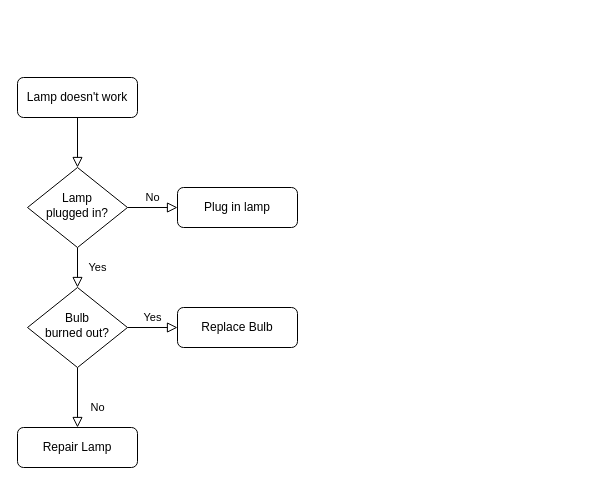
Earlier version of the draw.io diagram csj.drawio (jmzmz/draw.io). Source tidied: cells renumbered, new cells numbered last; positions are measured from the earlier drawing's top-left corner, leaving out a move shared by most shapes. Both pictures are drawn from the tidied source at 100%, with x=0, y=0 at pixel (17, 77).
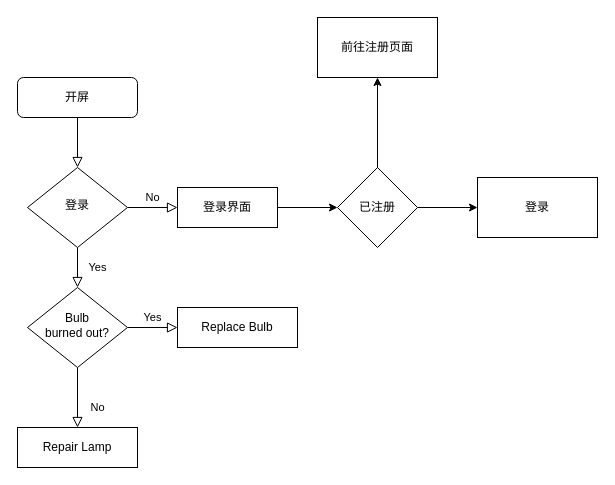
Above is the later version.

What changed in the source:
```diff
@@
 <mxGraphModel>
   <root>
     <mxCell id="0" />
     <mxCell id="1" parent="0" />
     <mxCell id="2" style="rounded=0;html=1;jettySize=auto;fontSize=11;endArrow=block;endFill=0;endSize=8;strokeWidth=1;shadow=0;labelBackgroundColor=none;edgeStyle=orthogonalEdgeStyle;" parent="1" edge="1" source="3" target="6">
       <mxGeometry relative="1" as="geometry" />
     </mxCell>
-    <mxCell id="3" value="Lamp doesn't work" style="rounded=1;whiteSpace=wrap;html=1;fontSize=12;glass=0;strokeWidth=1;shadow=0;" parent="1" vertex="1">
+    <mxCell id="3" value="开屏" style="rounded=1;whiteSpace=wrap;html=1;fontSize=12;glass=0;strokeWidth=1;shadow=0;" parent="1" vertex="1">
       <mxGeometry width="120" height="40" as="geometry" />
     </mxCell>
     <mxCell id="4" value="Yes" style="rounded=0;html=1;jettySize=auto;fontSize=11;endArrow=block;endFill=0;endSize=8;strokeWidth=1;shadow=0;labelBackgroundColor=none;edgeStyle=orthogonalEdgeStyle;" parent="1" edge="1" source="6" target="10">
       <mxGeometry y="20" relative="1" as="geometry" />
     </mxCell>
     <mxCell id="5" value="No" style="edgeStyle=orthogonalEdgeStyle;rounded=0;html=1;jettySize=auto;fontSize=11;endArrow=block;endFill=0;endSize=8;strokeWidth=1;shadow=0;labelBackgroundColor=none;" parent="1" edge="1" source="6" target="7">
       <mxGeometry y="10" relative="1" as="geometry" />
     </mxCell>
-    <mxCell id="6" value="Lamp&lt;br&gt;plugged in?" style="rhombus;whiteSpace=wrap;html=1;shadow=0;fontFamily=Helvetica;fontSize=12;align=center;strokeWidth=1;spacing=6;spacingTop=-4;" parent="1" vertex="1">
+    <mxCell id="6" value="登录" style="rhombus;whiteSpace=wrap;html=1;shadow=0;fontFamily=Helvetica;fontSize=12;align=center;strokeWidth=1;spacing=6;spacingTop=-4;rounded=0;" parent="1" vertex="1">
       <mxGeometry x="10" y="90" width="100" height="80" as="geometry" />
     </mxCell>
+    <mxCell id="13" style="edgeStyle=orthogonalEdgeStyle;rounded=0;jettySize=auto;html=1;" parent="1" edge="1" source="7" target="16">
+      <mxGeometry relative="1" as="geometry" />
+    </mxCell>
-    <mxCell id="7" value="Plug in lamp" style="rounded=1;whiteSpace=wrap;html=1;fontSize=12;glass=0;strokeWidth=1;shadow=0;" parent="1" vertex="1">
-      <mxGeometry x="160" y="110" width="120" height="40" as="geometry" />
+    <mxCell id="7" value="登录界面" style="rounded=0;whiteSpace=wrap;html=1;fontSize=12;glass=0;strokeWidth=1;shadow=0;" parent="1" vertex="1">
+      <mxGeometry x="160" y="110" width="100" height="40" as="geometry" />
     </mxCell>
     <mxCell id="8" value="No" style="rounded=0;html=1;jettySize=auto;fontSize=11;endArrow=block;endFill=0;endSize=8;strokeWidth=1;shadow=0;labelBackgroundColor=none;edgeStyle=orthogonalEdgeStyle;" parent="1" edge="1" source="10" target="11">
       <mxGeometry x="0.33" y="20" relative="1" as="geometry" />
     </mxCell>
     <mxCell id="9" value="Yes" style="edgeStyle=orthogonalEdgeStyle;rounded=0;html=1;jettySize=auto;fontSize=11;endArrow=block;endFill=0;endSize=8;strokeWidth=1;shadow=0;labelBackgroundColor=none;" parent="1" edge="1" source="10" target="12">
       <mxGeometry y="10" relative="1" as="geometry" />
     </mxCell>
-    <mxCell id="10" value="Bulb&lt;br&gt;burned out?" style="rhombus;whiteSpace=wrap;html=1;shadow=0;fontFamily=Helvetica;fontSize=12;align=center;strokeWidth=1;spacing=6;spacingTop=-4;" parent="1" vertex="1">
+    <mxCell id="10" value="Bulb&lt;br&gt;burned out?" style="rhombus;whiteSpace=wrap;html=1;shadow=0;fontFamily=Helvetica;fontSize=12;align=center;strokeWidth=1;spacing=6;spacingTop=-4;rounded=0;" parent="1" vertex="1">
       <mxGeometry x="10" y="210" width="100" height="80" as="geometry" />
     </mxCell>
-    <mxCell id="11" value="Repair Lamp" style="rounded=1;whiteSpace=wrap;html=1;fontSize=12;glass=0;strokeWidth=1;shadow=0;" parent="1" vertex="1">
+    <mxCell id="11" value="Repair Lamp" style="rounded=0;whiteSpace=wrap;html=1;fontSize=12;glass=0;strokeWidth=1;shadow=0;" parent="1" vertex="1">
       <mxGeometry y="350" width="120" height="40" as="geometry" />
     </mxCell>
-    <mxCell id="12" value="Replace Bulb" style="rounded=1;whiteSpace=wrap;html=1;fontSize=12;glass=0;strokeWidth=1;shadow=0;" parent="1" vertex="1">
+    <mxCell id="12" value="Replace Bulb" style="rounded=0;whiteSpace=wrap;html=1;fontSize=12;glass=0;strokeWidth=1;shadow=0;" parent="1" vertex="1">
       <mxGeometry x="160" y="230" width="120" height="40" as="geometry" />
     </mxCell>
+    <mxCell id="14" style="edgeStyle=orthogonalEdgeStyle;jettySize=auto;html=1;" parent="1" edge="1" source="16" target="17">
+      <mxGeometry relative="1" as="geometry" />
+    </mxCell>
+    <mxCell id="15" style="edgeStyle=orthogonalEdgeStyle;jettySize=auto;html=1;" parent="1" edge="1" source="16" target="18">
+      <mxGeometry relative="1" as="geometry" />
+    </mxCell>
+    <mxCell id="16" value="已注册" style="rhombus;whiteSpace=wrap;html=1;rounded=0;glass=0;strokeWidth=1;shadow=0;" parent="1" vertex="1">
+      <mxGeometry x="320" y="90" width="80" height="80" as="geometry" />
+    </mxCell>
+    <mxCell id="17" value="登录" style="whiteSpace=wrap;html=1;rounded=0;glass=0;strokeWidth=1;shadow=0;" parent="1" vertex="1">
+      <mxGeometry x="460" y="100" width="120" height="60" as="geometry" />
+    </mxCell>
+    <mxCell id="18" value="前往注册页面" style="whiteSpace=wrap;html=1;rounded=0;glass=0;strokeWidth=1;shadow=0;" parent="1" vertex="1">
+      <mxGeometry x="300" y="-60" width="120" height="60" as="geometry" />
+    </mxCell>
   </root>
 </mxGraphModel>
```
